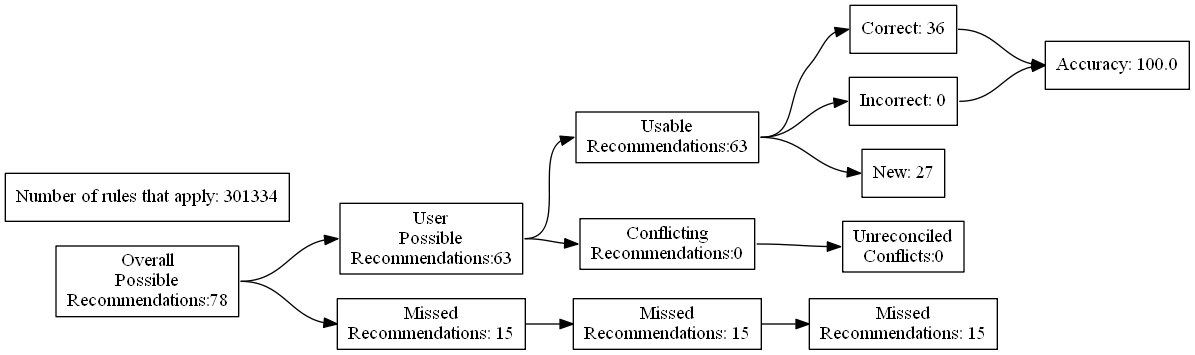
Earlier version of the Graphviz export test_renders/47.gv.png (ZaxR/ibd_diet_analysis). Its source is kept beside it as test_renders/47.gv.
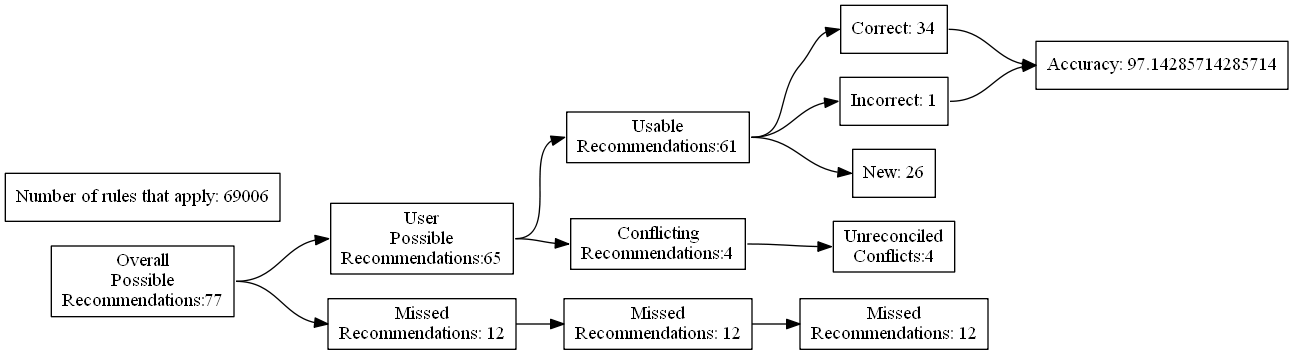
After the commit.

Diff of the diagram source:
```diff
@@ -4,27 +4,27 @@
 	edge [headport=w tailport=e]
 		A [label="Overall
 Possible
-Recommendations:78"]
+Recommendations:77"]
 		B [label="User
 Possible
-Recommendations:63"]
+Recommendations:65"]
 		C [label="Missed
-Recommendations: 15"]
+Recommendations: 12"]
 		D [label="Usable
-Recommendations:63"]
+Recommendations:61"]
 		E [label="Conflicting
-Recommendations:0"]
+Recommendations:4"]
 		J [label="Missed
-Recommendations: 15"]
+Recommendations: 12"]
 		M [label="Unreconciled
-Conflicts:0"]
-		F [label="Correct: 36"]
-		G [label="Incorrect: 0"]
-		H [label="New: 27"]
+Conflicts:4"]
+		F [label="Correct: 34"]
+		G [label="Incorrect: 1"]
+		H [label="New: 26"]
 		K [label="Missed
-Recommendations: 15"]
-		I [label="Accuracy: 100.0"]
-		l [label="Number of rules that apply: 301334"]
+Recommendations: 12"]
+		I [label="Accuracy: 97.14285714285714"]
+		l [label="Number of rules that apply: 69006"]
 			A -> B
 			A -> C
 			B -> D
```
